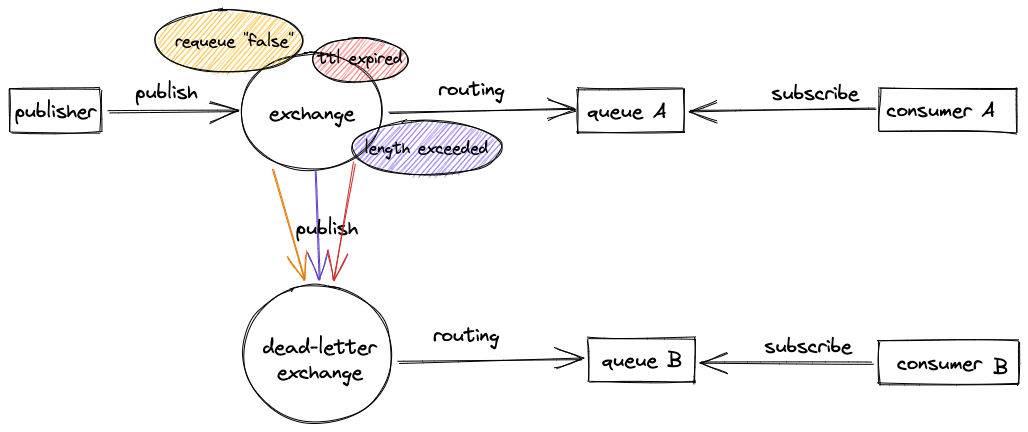
The Excalidraw diagram source/images/rabbitmq-dlx-2021-07-17-2343.png in tomhjx/blog.source, before a commit. Source tidied: one line per element, renumbered; positions are measured from the earlier drawing's top-left corner, leaving out a move shared by most shapes.
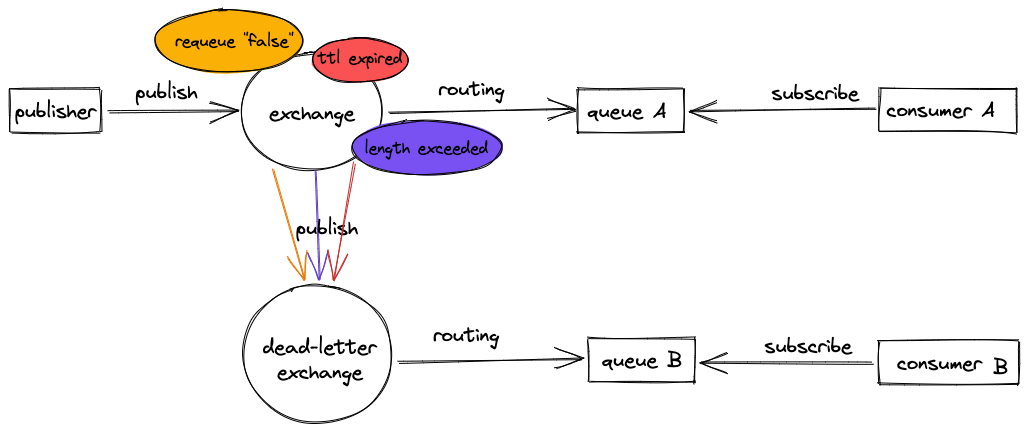
The same diagram one commit later.

The edit, as a diff of the source:
```diff
@@ -25,11 +25,11 @@
 {"id": 24, "type": "text", "text": "subscribe", "strokeColor": "#000000", "strokeWidth": 1, "roughness": 1, "fontSize": 20, "fontFamily": 1, "x": 762, "y": 71, "width": 87, "height": 25}
 {"id": 25, "type": "text", "text": "subscribe", "strokeColor": "#000000", "strokeWidth": 1, "roughness": 1, "fontSize": 20, "fontFamily": 1, "x": 755, "y": 324, "width": 87, "height": 25}
 {"id": 26, "type": "text", "text": " B", "strokeColor": "#000000", "strokeWidth": 1, "roughness": 1, "fontSize": 20, "fontFamily": 1, "x": 974, "y": 345, "width": 25, "height": 25}
-{"id": 27, "type": "ellipse", "strokeColor": "#000000", "backgroundColor": "#fa5252", "fillStyle": "hachure", "strokeWidth": 1, "roughness": 1, "x": 302, "y": 29, "width": 96, "height": 44}
+{"id": 27, "type": "ellipse", "strokeColor": "#000000", "backgroundColor": "#fa5252", "fillStyle": "solid", "strokeWidth": 1, "roughness": 1, "x": 302, "y": 29, "width": 96, "height": 44}
 {"id": 28, "type": "text", "text": "ttl expired ", "strokeColor": "#000000", "strokeWidth": 1, "roughness": 1, "fontSize": 16, "fontFamily": 1, "textAlign": "center", "verticalAlign": "middle", "x": 308, "y": 39, "width": 92, "height": 20}
-{"id": 29, "type": "ellipse", "strokeColor": "#000000", "backgroundColor": "#7950f2", "fillStyle": "hachure", "strokeWidth": 1, "roughness": 1, "x": 342, "y": 110, "width": 150, "height": 55}
+{"id": 29, "type": "ellipse", "strokeColor": "#000000", "backgroundColor": "#7950f2", "fillStyle": "solid", "strokeWidth": 1, "roughness": 1, "x": 342, "y": 110, "width": 150, "height": 55}
 {"id": 30, "type": "text", "text": "length exceeded", "strokeColor": "#000000", "backgroundColor": "#fa5252", "fillStyle": "hachure", "strokeWidth": 1, "roughness": 1, "fontSize": 16, "fontFamily": 1, "textAlign": "center", "verticalAlign": "middle", "x": 354, "y": 129, "width": 124, "height": 20}
 {"id": 31, "type": "arrow", "strokeColor": "#c92a2a", "strokeWidth": 1, "roughness": 1, "endArrowhead": "arrow", "from": 2, "to": 11, "x": 344, "y": 152, "width": 20, "height": 117, "points": [[0, 0], [-20, 117]]}
-{"id": 32, "type": "ellipse", "strokeColor": "#000000", "backgroundColor": "#fab005", "fillStyle": "hachure", "strokeWidth": 1, "roughness": 1, "x": 145, "y": 0, "width": 148, "height": 63}
+{"id": 32, "type": "ellipse", "strokeColor": "#000000", "backgroundColor": "#fab005", "fillStyle": "solid", "strokeWidth": 1, "roughness": 1, "x": 145, "y": 0, "width": 148, "height": 63}
 {"id": 33, "type": "text", "text": "requeue \"false\"", "strokeColor": "#000000", "backgroundColor": "#7950f2", "fillStyle": "hachure", "strokeWidth": 1, "roughness": 1, "fontSize": 16, "fontFamily": 1, "x": 165, "y": 22, "width": 119, "height": 20}
 {"id": 34, "type": "arrow", "strokeColor": "#e67700", "backgroundColor": "#fd7e14", "fillStyle": "hachure", "strokeWidth": 1, "roughness": 1, "endArrowhead": "arrow", "from": 2, "to": 11, "x": 264, "y": 159, "width": 31, "height": 112, "points": [[0, 0], [31, 112]]}
```
